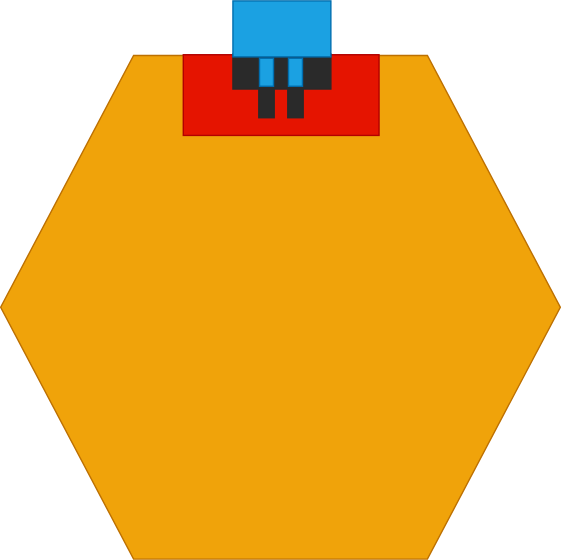
Earlier version of the draw.io export static/post-media/Open-closed-by-example/ports-and-adapters.drawio.svg (farlee2121/DevEssentialsBlog). Source tidied: cells renumbered, new cells last; positions are measured from the earlier drawing's top-left corner, leaving out a move shared by most shapes.
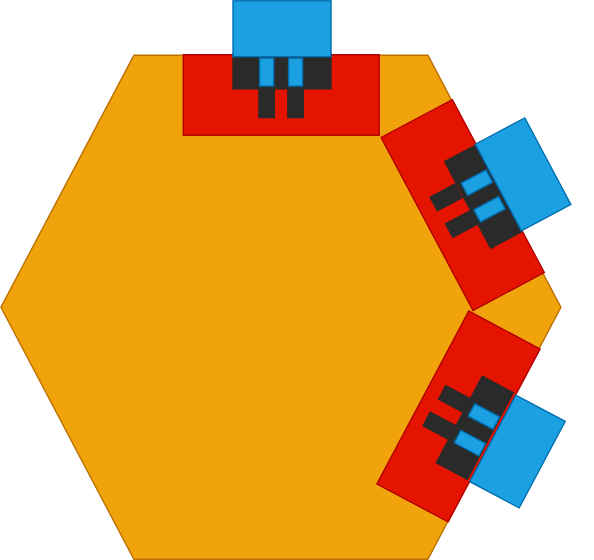
Above is the later version.

Commit message:
Attempt to copy and rotate port groups

Change to the diagram source:
```diff
@@ -6,34 +6,94 @@
       <mxGeometry y="54" width="400" height="360" as="geometry" />
     </mxCell>
     <mxCell id="3" style="group;" parent="1" vertex="1">
-      <mxGeometry x="130.5" y="15" width="139.9" height="96.2" as="geometry" />
+      <mxGeometry x="130.5" y="15" width="139.5" height="96.2" as="geometry" />
     </mxCell>
     <mxCell id="4" style="verticalLabelPosition=bottom;align=center;dashed=0;html=1;verticalAlign=middle;shape=mxgraph.pid.piping.plug;rotation=90;shadow=0;fontStyle=1;fillColor=#e51400;fontColor=#ffffff;strokeColor=#B20000;" parent="3" vertex="1">
-      <mxGeometry x="41.1" y="-2.6" width="57.7" height="139.9" as="geometry" />
+      <mxGeometry x="41" y="-2.6" width="57.5" height="139.9" as="geometry" />
     </mxCell>
     <mxCell id="5" style="group;" parent="3" vertex="1">
-      <mxGeometry x="35.5" y="38" width="70" height="45.5" as="geometry" />
+      <mxGeometry x="35.4" y="38" width="69.8" height="45.5" as="geometry" />
     </mxCell>
     <mxCell id="6" style="verticalLabelPosition=bottom;align=center;dashed=0;html=1;verticalAlign=middle;shape=mxgraph.pid.piping.plug;rotation=90;fillColor=#2A2A2A;strokeColor=#2A2A2A;fontColor=#ffffff;shadow=0;fontStyle=1;" parent="5" vertex="1">
-      <mxGeometry x="22.5" y="-22.5" width="25" height="70" as="geometry" />
+      <mxGeometry x="22.4" y="-22.5" width="24.9" height="70" as="geometry" />
     </mxCell>
     <mxCell id="7" style="verticalLabelPosition=bottom;align=center;dashed=0;html=1;verticalAlign=middle;shape=mxgraph.pid.piping.plug;rotation=90;fillColor=#2A2A2A;strokeColor=#2A2A2A;fontColor=#ffffff;shadow=0;fontStyle=1;" parent="5" vertex="1">
-      <mxGeometry x="14" y="30" width="20" height="11" as="geometry" />
+      <mxGeometry x="14" y="30" width="19.9" height="11" as="geometry" />
     </mxCell>
     <mxCell id="8" style="verticalLabelPosition=bottom;align=center;dashed=0;html=1;verticalAlign=middle;shape=mxgraph.pid.piping.plug;rotation=90;fillColor=#2A2A2A;strokeColor=#2A2A2A;fontColor=#ffffff;shadow=0;fontStyle=1;" parent="5" vertex="1">
-      <mxGeometry x="34.7" y="30" width="20" height="11" as="geometry" />
+      <mxGeometry x="34.6" y="30" width="19.9" height="11" as="geometry" />
     </mxCell>
     <mxCell id="9" style="group;" parent="3" vertex="1">
-      <mxGeometry x="35.5" width="70" height="61" as="geometry" />
+      <mxGeometry x="35.4" width="69.8" height="61" as="geometry" />
     </mxCell>
     <mxCell id="10" style="verticalLabelPosition=bottom;align=center;dashed=0;html=1;verticalAlign=middle;shape=mxgraph.pid.piping.plug;rotation=90;fillColor=#1ba1e2;strokeColor=#006EAF;fontColor=#ffffff;shadow=0;fontStyle=1;" parent="9" vertex="1">
-      <mxGeometry x="15" y="-15" width="40" height="70" as="geometry" />
+      <mxGeometry x="15" y="-15" width="39.9" height="70" as="geometry" />
     </mxCell>
     <mxCell id="11" style="verticalLabelPosition=bottom;align=center;dashed=0;html=1;verticalAlign=middle;shape=mxgraph.pid.piping.plug;rotation=90;fillColor=#1ba1e2;strokeColor=#006EAF;fontColor=#ffffff;shadow=0;fontStyle=1;" parent="9" vertex="1">
-      <mxGeometry x="14" y="46" width="20" height="10" as="geometry" />
+      <mxGeometry x="14" y="46" width="19.9" height="10" as="geometry" />
     </mxCell>
     <mxCell id="12" style="verticalLabelPosition=bottom;align=center;dashed=0;html=1;verticalAlign=middle;shape=mxgraph.pid.piping.plug;rotation=90;fillColor=#1ba1e2;strokeColor=#006EAF;fontColor=#ffffff;shadow=0;fontStyle=1;" parent="9" vertex="1">
-      <mxGeometry x="34.7" y="46" width="20" height="10" as="geometry" />
+      <mxGeometry x="34.6" y="46" width="19.9" height="10" as="geometry" />
     </mxCell>
+    <mxCell id="13" style="group;rotation=62;" parent="1" vertex="1">
+      <mxGeometry x="277" y="104" width="139.9" height="96.2" as="geometry" />
+    </mxCell>
+    <mxCell id="14" style="verticalLabelPosition=bottom;align=center;dashed=0;html=1;verticalAlign=middle;shape=mxgraph.pid.piping.plug;rotation=152;shadow=0;fontStyle=1;fillColor=#e51400;fontColor=#ffffff;strokeColor=#B20000;" parent="13" vertex="1">
+      <mxGeometry x="24" y="-13" width="57.7" height="139.9" as="geometry" />
+    </mxCell>
+    <mxCell id="15" style="group;rotation=62;" parent="13" vertex="1">
+      <mxGeometry x="23" y="33" width="70" height="45.5" as="geometry" />
+    </mxCell>
+    <mxCell id="16" style="verticalLabelPosition=bottom;align=center;dashed=0;html=1;verticalAlign=middle;shape=mxgraph.pid.piping.plug;rotation=152;fillColor=#2A2A2A;strokeColor=#2A2A2A;fontColor=#ffffff;shadow=0;fontStyle=1;" parent="15" vertex="1">
+      <mxGeometry x="32" y="-17" width="25" height="70" as="geometry" />
+    </mxCell>
+    <mxCell id="17" style="verticalLabelPosition=bottom;align=center;dashed=0;html=1;verticalAlign=middle;shape=mxgraph.pid.piping.plug;rotation=152;fillColor=#2A2A2A;strokeColor=#2A2A2A;fontColor=#ffffff;shadow=0;fontStyle=1;" parent="15" vertex="1">
+      <mxGeometry x="8" y="13" width="20" height="11" as="geometry" />
+    </mxCell>
+    <mxCell id="18" style="verticalLabelPosition=bottom;align=center;dashed=0;html=1;verticalAlign=middle;shape=mxgraph.pid.piping.plug;rotation=152;fillColor=#2A2A2A;strokeColor=#2A2A2A;fontColor=#ffffff;shadow=0;fontStyle=1;" parent="15" vertex="1">
+      <mxGeometry x="19" y="32" width="20" height="11" as="geometry" />
+    </mxCell>
+    <mxCell id="19" style="group;rotation=62;" parent="13" vertex="1">
+      <mxGeometry x="51" y="10" width="70" height="61" as="geometry" />
+    </mxCell>
+    <mxCell id="20" style="verticalLabelPosition=bottom;align=center;dashed=0;html=1;verticalAlign=middle;shape=mxgraph.pid.piping.plug;rotation=152;fillColor=#1ba1e2;strokeColor=#006EAF;fontColor=#ffffff;shadow=0;fontStyle=1;" parent="19" vertex="1">
+      <mxGeometry x="25" y="-10" width="40" height="70" as="geometry" />
+    </mxCell>
+    <mxCell id="21" style="verticalLabelPosition=bottom;align=center;dashed=0;html=1;verticalAlign=middle;shape=mxgraph.pid.piping.plug;rotation=152;fillColor=#1ba1e2;strokeColor=#006EAF;fontColor=#ffffff;shadow=0;fontStyle=1;" parent="19" vertex="1">
+      <mxGeometry x="2" y="26" width="20" height="10" as="geometry" />
+    </mxCell>
+    <mxCell id="22" style="verticalLabelPosition=bottom;align=center;dashed=0;html=1;verticalAlign=middle;shape=mxgraph.pid.piping.plug;rotation=152;fillColor=#1ba1e2;strokeColor=#006EAF;fontColor=#ffffff;shadow=0;fontStyle=1;" parent="19" vertex="1">
+      <mxGeometry x="11" y="45" width="20" height="10" as="geometry" />
+    </mxCell>
+    <mxCell id="23" style="group;rotation=118;" parent="1" vertex="1">
+      <mxGeometry x="273" y="274" width="139.9" height="96.2" as="geometry" />
+    </mxCell>
+    <mxCell id="24" style="verticalLabelPosition=bottom;align=center;dashed=0;html=1;verticalAlign=middle;shape=mxgraph.pid.piping.plug;rotation=208;shadow=0;fontStyle=1;fillColor=#e51400;fontColor=#ffffff;strokeColor=#B20000;" parent="23" vertex="1">
+      <mxGeometry x="25" y="-32" width="57.7" height="139.9" as="geometry" />
+    </mxCell>
+    <mxCell id="25" style="group;rotation=118;" parent="23" vertex="1">
+      <mxGeometry x="21" y="19" width="70" height="45.5" as="geometry" />
+    </mxCell>
+    <mxCell id="26" style="verticalLabelPosition=bottom;align=center;dashed=0;html=1;verticalAlign=middle;shape=mxgraph.pid.piping.plug;rotation=208;fillColor=#2A2A2A;strokeColor=#2A2A2A;fontColor=#ffffff;shadow=0;fontStyle=1;" parent="25" vertex="1">
+      <mxGeometry x="32" y="-8" width="25" height="70" as="geometry" />
+    </mxCell>
+    <mxCell id="27" style="verticalLabelPosition=bottom;align=center;dashed=0;html=1;verticalAlign=middle;shape=mxgraph.pid.piping.plug;rotation=208;fillColor=#2A2A2A;strokeColor=#2A2A2A;fontColor=#ffffff;shadow=0;fontStyle=1;" parent="25" vertex="1">
+      <mxGeometry x="20" y="1" width="20" height="11" as="geometry" />
+    </mxCell>
+    <mxCell id="28" style="verticalLabelPosition=bottom;align=center;dashed=0;html=1;verticalAlign=middle;shape=mxgraph.pid.piping.plug;rotation=208;fillColor=#2A2A2A;strokeColor=#2A2A2A;fontColor=#ffffff;shadow=0;fontStyle=1;" parent="25" vertex="1">
+      <mxGeometry x="9" y="20" width="20" height="11" as="geometry" />
+    </mxCell>
+    <mxCell id="29" style="group;rotation=118;" parent="23" vertex="1">
+      <mxGeometry x="51" y="27" width="70" height="61" as="geometry" />
+    </mxCell>
+    <mxCell id="30" style="verticalLabelPosition=bottom;align=center;dashed=0;html=1;verticalAlign=middle;shape=mxgraph.pid.piping.plug;rotation=208;fillColor=#1ba1e2;strokeColor=#006EAF;fontColor=#ffffff;shadow=0;fontStyle=1;" parent="29" vertex="1">
+      <mxGeometry x="25" y="1" width="40" height="70" as="geometry" />
+    </mxCell>
+    <mxCell id="31" style="verticalLabelPosition=bottom;align=center;dashed=0;html=1;verticalAlign=middle;shape=mxgraph.pid.piping.plug;rotation=208;fillColor=#1ba1e2;strokeColor=#006EAF;fontColor=#ffffff;shadow=0;fontStyle=1;" parent="29" vertex="1">
+      <mxGeometry x="11" y="6" width="20" height="10" as="geometry" />
+    </mxCell>
+    <mxCell id="32" style="verticalLabelPosition=bottom;align=center;dashed=0;html=1;verticalAlign=middle;shape=mxgraph.pid.piping.plug;rotation=208;fillColor=#1ba1e2;strokeColor=#006EAF;fontColor=#ffffff;shadow=0;fontStyle=1;" parent="29" vertex="1">
+      <mxGeometry x="1" y="25" width="20" height="10" as="geometry" />
+    </mxCell>
   </root>
 </mxGraphModel>
```
